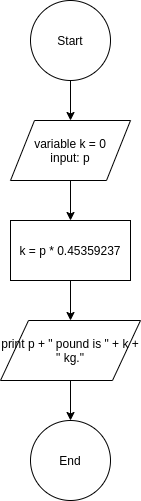
This is PoundToKg.png from stsiwo/FlowCharts_IRC110, a draw.io export, as it was before one commit. Source tidied: cells renumbered, new cells last; positions are measured from the earlier drawing's top-left corner, leaving out a move shared by most shapes. The source it was exported from:
```xml
<mxGraphModel>
  <root>
    <mxCell id="0" />
    <mxCell id="1" parent="0" />
    <mxCell id="2" style="edgeStyle=orthogonalEdgeStyle;rounded=0;jettySize=auto;html=1;" parent="1" edge="1" source="3" target="5">
      <mxGeometry relative="1" as="geometry" />
    </mxCell>
    <mxCell id="3" value="Start" style="ellipse;whiteSpace=wrap;html=1;" parent="1" vertex="1">
      <mxGeometry x="30" width="80" height="80" as="geometry" />
    </mxCell>
    <mxCell id="4" style="edgeStyle=orthogonalEdgeStyle;rounded=0;jettySize=auto;html=1;" parent="1" edge="1" source="5" target="7">
      <mxGeometry relative="1" as="geometry" />
    </mxCell>
    <mxCell id="5" value="variable k = 0&lt;br&gt;input: p" style="shape=parallelogram;perimeter=parallelogramPerimeter;whiteSpace=wrap;html=1;" parent="1" vertex="1">
      <mxGeometry x="10" y="120" width="120" height="60" as="geometry" />
    </mxCell>
    <mxCell id="6" style="edgeStyle=orthogonalEdgeStyle;rounded=0;jettySize=auto;html=1;entryX=0.5;entryY=0;entryDx=0;entryDy=0;" parent="1" edge="1" source="7" target="9">
      <mxGeometry relative="1" as="geometry" />
    </mxCell>
    <mxCell id="7" value="k = p * 0.45359237" style="rounded=0;whiteSpace=wrap;html=1;" parent="1" vertex="1">
      <mxGeometry x="10" y="220" width="120" height="60" as="geometry" />
    </mxCell>
    <mxCell id="8" style="edgeStyle=orthogonalEdgeStyle;rounded=0;jettySize=auto;html=1;" parent="1" edge="1" source="9" target="10">
      <mxGeometry relative="1" as="geometry" />
    </mxCell>
    <mxCell id="9" value="print p + &quot; pound is &quot; + k + &quot; kg.&quot;" style="shape=parallelogram;perimeter=parallelogramPerimeter;whiteSpace=wrap;html=1;" parent="1" vertex="1">
      <mxGeometry y="320" width="140" height="60" as="geometry" />
    </mxCell>
    <mxCell id="10" value="End" style="ellipse;whiteSpace=wrap;html=1;" parent="1" vertex="1">
      <mxGeometry x="30" y="420" width="80" height="80" as="geometry" />
    </mxCell>
  </root>
</mxGraphModel>
```
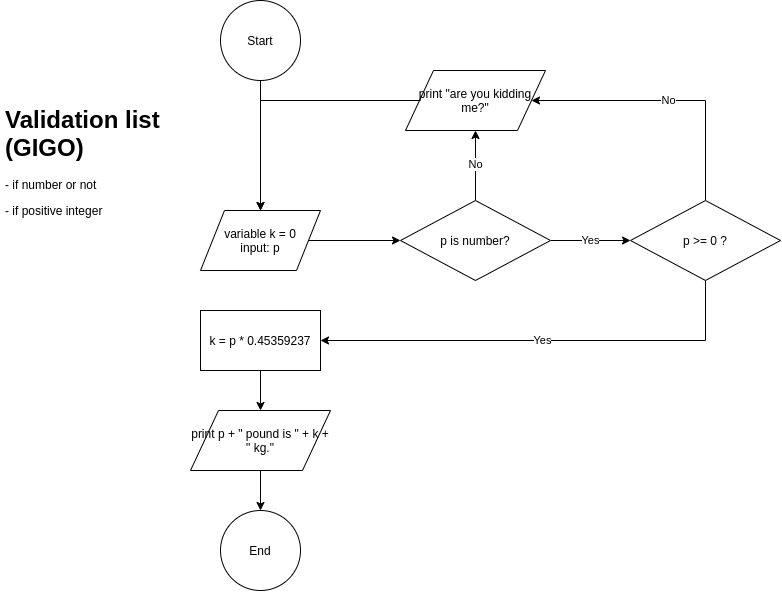
The same diagram one commit later.

Diff of the diagram source:
```diff
@@ -6,11 +6,11 @@
       <mxGeometry relative="1" as="geometry" />
     </mxCell>
     <mxCell id="3" value="Start" style="ellipse;whiteSpace=wrap;html=1;" parent="1" vertex="1">
-      <mxGeometry x="30" width="80" height="80" as="geometry" />
+      <mxGeometry x="30" y="-90" width="80" height="80" as="geometry" />
     </mxCell>
-    <mxCell id="4" style="edgeStyle=orthogonalEdgeStyle;rounded=0;jettySize=auto;html=1;" parent="1" edge="1" source="5" target="7">
-      <mxGeometry relative="1" as="geometry" />
-    </mxCell>
+    <mxCell id="11" style="edgeStyle=orthogonalEdgeStyle;rounded=0;jettySize=auto;html=1;entryX=0;entryY=0.5;entryDx=0;entryDy=0;" parent="1" edge="1" source="5" target="14">
+      <mxGeometry relative="1" as="geometry" />
+    </mxCell>
     <mxCell id="5" value="variable k = 0&lt;br&gt;input: p" style="shape=parallelogram;perimeter=parallelogramPerimeter;whiteSpace=wrap;html=1;" parent="1" vertex="1">
       <mxGeometry x="10" y="120" width="120" height="60" as="geometry" />
     </mxCell>
@@ -29,5 +29,40 @@
     <mxCell id="10" value="End" style="ellipse;whiteSpace=wrap;html=1;" parent="1" vertex="1">
       <mxGeometry x="30" y="420" width="80" height="80" as="geometry" />
     </mxCell>
+    <mxCell id="12" value="No" style="edgeStyle=orthogonalEdgeStyle;rounded=0;jettySize=auto;html=1;" parent="1" edge="1" source="14" target="19">
+      <mxGeometry relative="1" as="geometry" />
+    </mxCell>
+    <mxCell id="13" value="Yes" style="edgeStyle=orthogonalEdgeStyle;rounded=0;jettySize=auto;html=1;" parent="1" edge="1" source="14" target="17">
+      <mxGeometry relative="1" as="geometry" />
+    </mxCell>
+    <mxCell id="14" value="p is number?" style="rhombus;whiteSpace=wrap;html=1;" parent="1" vertex="1">
+      <mxGeometry x="210" y="110" width="150" height="80" as="geometry" />
+    </mxCell>
+    <mxCell id="15" value="No" style="edgeStyle=orthogonalEdgeStyle;rounded=0;jettySize=auto;html=1;entryX=1;entryY=0.5;entryDx=0;entryDy=0;" parent="1" edge="1" source="17" target="19">
+      <mxGeometry relative="1" as="geometry">
+        <Array as="points">
+          <mxPoint x="515" y="10" />
+        </Array>
+      </mxGeometry>
+    </mxCell>
+    <mxCell id="16" value="Yes" style="edgeStyle=orthogonalEdgeStyle;rounded=0;jettySize=auto;html=1;entryX=1;entryY=0.5;entryDx=0;entryDy=0;" parent="1" edge="1" source="17" target="7">
+      <mxGeometry relative="1" as="geometry">
+        <Array as="points">
+          <mxPoint x="515" y="250" />
+        </Array>
+      </mxGeometry>
+    </mxCell>
+    <mxCell id="17" value="p &amp;gt;= 0 ?" style="rhombus;whiteSpace=wrap;html=1;" parent="1" vertex="1">
+      <mxGeometry x="440" y="110" width="150" height="80" as="geometry" />
+    </mxCell>
+    <mxCell id="18" style="edgeStyle=orthogonalEdgeStyle;rounded=0;jettySize=auto;html=1;entryX=0.5;entryY=0;entryDx=0;entryDy=0;" parent="1" edge="1" source="19" target="5">
+      <mxGeometry relative="1" as="geometry" />
+    </mxCell>
+    <mxCell id="19" value="print &quot;are you kidding me?&quot;" style="shape=parallelogram;perimeter=parallelogramPerimeter;whiteSpace=wrap;html=1;" parent="1" vertex="1">
+      <mxGeometry x="215" y="-20" width="140" height="60" as="geometry" />
+    </mxCell>
+    <mxCell id="20" value="&lt;h1&gt;Validation list (GIGO)&lt;/h1&gt;&lt;p&gt;- if number or not&lt;/p&gt;&lt;p&gt;- if positive integer&amp;nbsp;&lt;/p&gt;&lt;p&gt;&lt;br&gt;&lt;/p&gt;" style="text;html=1;strokeColor=none;fillColor=none;spacing=5;spacingTop=-20;whiteSpace=wrap;overflow=hidden;rounded=0;" parent="1" vertex="1">
+      <mxGeometry x="-190" y="10" width="190" height="120" as="geometry" />
+    </mxCell>
   </root>
 </mxGraphModel>
```
